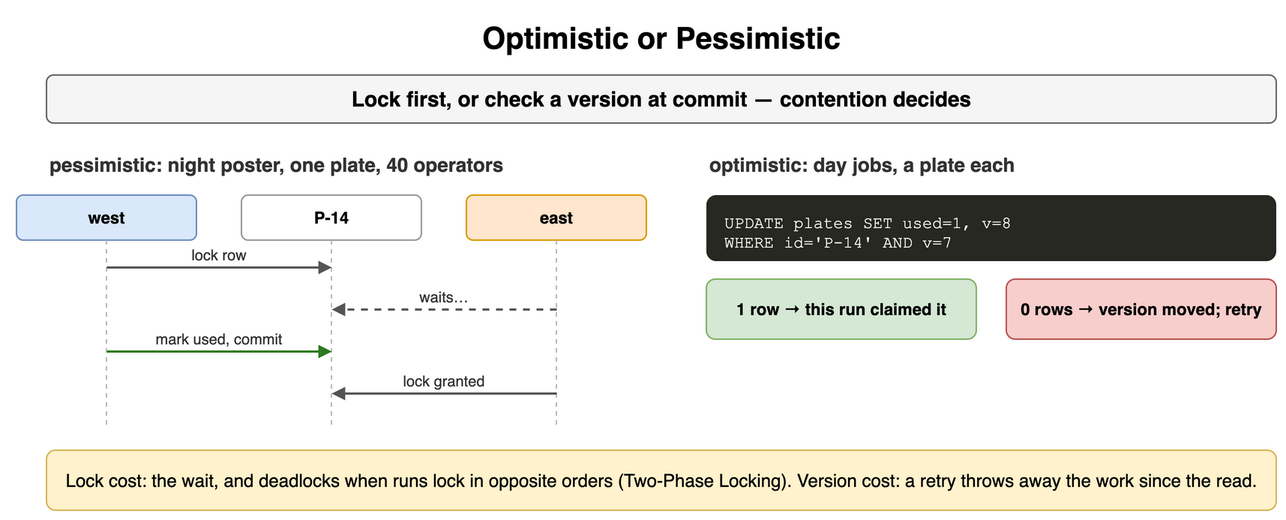
Before: content/09_System_Design_Interview/16_Transactions_and_Concurrency_Control/diagrams/transactions-3-optimistic-or-pessimistic.png, a diagram exported from draw.io (amendez13/swe-study-guide). Source tidied: cells renumbered, new cells last; positions are measured from the earlier drawing's top-left corner, leaving out a move shared by most shapes. Its diagram source:
```xml
<mxGraphModel>
  <root>
    <mxCell id="0" />
    <mxCell id="1" parent="0" />
    <mxCell id="2" value="Optimistic or Pessimistic" style="text;html=1;align=center;verticalAlign=middle;whiteSpace=wrap;fontSize=20;fontStyle=1;" parent="1" vertex="1">
      <mxGeometry x="20" width="820" height="30" as="geometry" />
    </mxCell>
    <mxCell id="3" value="Lock first, or check a version at commit — contention decides" style="rounded=1;whiteSpace=wrap;html=1;fillColor=#f5f5f5;strokeColor=#666666;fontStyle=1;fontSize=14;" parent="1" vertex="1">
      <mxGeometry x="20" y="40" width="820" height="32" as="geometry" />
    </mxCell>
    <mxCell id="4" value="pessimistic: night poster, one plate, 40 operators" style="text;html=1;whiteSpace=wrap;fontSize=11;align=left;verticalAlign=middle;fontSize=13;fontColor=#333333;fontStyle=1;" parent="1" vertex="1">
      <mxGeometry x="20" y="90" width="400" height="20" as="geometry" />
    </mxCell>
    <mxCell id="5" value="west" style="rounded=1;whiteSpace=wrap;html=1;fillColor=#dae8fc;strokeColor=#6c8ebf;fontSize=11;align=center;fontStyle=1;" parent="1" vertex="1">
      <mxGeometry y="120" width="120" height="30" as="geometry" />
    </mxCell>
    <mxCell id="6" value="P-14" style="rounded=1;whiteSpace=wrap;html=1;fillColor=#ffffff;strokeColor=#999999;fontSize=11;align=center;fontStyle=1;" parent="1" vertex="1">
      <mxGeometry x="150" y="120" width="120" height="30" as="geometry" />
    </mxCell>
    <mxCell id="7" value="east" style="rounded=1;whiteSpace=wrap;html=1;fillColor=#ffe6cc;strokeColor=#d79b00;fontSize=11;align=center;fontStyle=1;" parent="1" vertex="1">
      <mxGeometry x="300" y="120" width="120" height="30" as="geometry" />
    </mxCell>
    <mxCell id="8" style="endArrow=none;html=1;strokeColor=#bbbbbb;dashed=1;" parent="1" edge="1">
      <mxGeometry relative="1" as="geometry">
        <mxPoint x="60" y="150" as="sourcePoint" />
        <mxPoint x="60" y="274" as="targetPoint" />
      </mxGeometry>
    </mxCell>
    <mxCell id="9" style="endArrow=none;html=1;strokeColor=#bbbbbb;dashed=1;" parent="1" edge="1">
      <mxGeometry relative="1" as="geometry">
        <mxPoint x="210" y="150" as="sourcePoint" />
        <mxPoint x="210" y="274" as="targetPoint" />
      </mxGeometry>
    </mxCell>
    <mxCell id="10" style="endArrow=none;html=1;strokeColor=#bbbbbb;dashed=1;" parent="1" edge="1">
      <mxGeometry relative="1" as="geometry">
        <mxPoint x="360" y="150" as="sourcePoint" />
        <mxPoint x="360" y="274" as="targetPoint" />
      </mxGeometry>
    </mxCell>
    <mxCell id="11" style="endArrow=block;endSize=6;html=1;strokeWidth=1.5;strokeColor=#555555;fontSize=11;labelBackgroundColor=#ffffff;endSize=5;" parent="1" edge="1">
      <mxGeometry relative="1" as="geometry">
        <mxPoint x="60" y="168" as="sourcePoint" />
        <mxPoint x="210" y="168" as="targetPoint" />
      </mxGeometry>
    </mxCell>
    <mxCell id="12" value="lock row" style="text;html=1;whiteSpace=wrap;fontSize=11;align=center;verticalAlign=middle;fontSize=10;fontColor=#333333;" parent="1" vertex="1">
      <mxGeometry x="64" y="152" width="142" height="15" as="geometry" />
    </mxCell>
    <mxCell id="13" style="endArrow=block;endSize=6;html=1;strokeWidth=1.5;strokeColor=#555555;fontSize=11;labelBackgroundColor=#ffffff;dashed=1;endSize=5;" parent="1" edge="1">
      <mxGeometry relative="1" as="geometry">
        <mxPoint x="360" y="196" as="sourcePoint" />
        <mxPoint x="210" y="196" as="targetPoint" />
      </mxGeometry>
    </mxCell>
    <mxCell id="14" value="waits…" style="text;html=1;whiteSpace=wrap;fontSize=11;align=center;verticalAlign=middle;fontSize=10;fontColor=#333333;" parent="1" vertex="1">
      <mxGeometry x="214" y="180" width="142" height="15" as="geometry" />
    </mxCell>
    <mxCell id="15" style="endArrow=block;endSize=6;html=1;strokeWidth=1.5;strokeColor=#2d7a1f;fontSize=11;labelBackgroundColor=#ffffff;fontColor=#2d7a1f;fontStyle=1;endSize=5;" parent="1" edge="1">
      <mxGeometry relative="1" as="geometry">
        <mxPoint x="60" y="224" as="sourcePoint" />
        <mxPoint x="210" y="224" as="targetPoint" />
      </mxGeometry>
    </mxCell>
    <mxCell id="16" value="mark used, commit" style="text;html=1;whiteSpace=wrap;fontSize=11;align=center;verticalAlign=middle;fontSize=10;fontColor=#333333;" parent="1" vertex="1">
      <mxGeometry x="64" y="208" width="142" height="15" as="geometry" />
    </mxCell>
    <mxCell id="17" style="endArrow=block;endSize=6;html=1;strokeWidth=1.5;strokeColor=#555555;fontSize=11;labelBackgroundColor=#ffffff;endSize=5;" parent="1" edge="1">
      <mxGeometry relative="1" as="geometry">
        <mxPoint x="360" y="252" as="sourcePoint" />
        <mxPoint x="210" y="252" as="targetPoint" />
      </mxGeometry>
    </mxCell>
    <mxCell id="18" value="lock granted" style="text;html=1;whiteSpace=wrap;fontSize=11;align=center;verticalAlign=middle;fontSize=10;fontColor=#333333;" parent="1" vertex="1">
      <mxGeometry x="214" y="236" width="142" height="15" as="geometry" />
    </mxCell>
    <mxCell id="19" value="optimistic: day jobs, a plate each" style="text;html=1;whiteSpace=wrap;fontSize=11;align=left;verticalAlign=middle;fontSize=13;fontColor=#333333;fontStyle=1;" parent="1" vertex="1">
      <mxGeometry x="460" y="90" width="380" height="20" as="geometry" />
    </mxCell>
    <mxCell id="20" value="UPDATE&amp;nbsp;plates&amp;nbsp;SET&amp;nbsp;used=1,&amp;nbsp;v=8&lt;br&gt;WHERE&amp;nbsp;id=&amp;#x27;P-14&amp;#x27;&amp;nbsp;AND&amp;nbsp;v=7" style="rounded=1;whiteSpace=wrap;html=1;align=left;verticalAlign=top;spacingLeft=10;spacingTop=6;fontFamily=Courier New;fontSize=11;fillColor=#272822;fontColor=#f8f8f2;strokeColor=none;" parent="1" vertex="1">
      <mxGeometry x="460" y="120" width="380" height="44" as="geometry" />
    </mxCell>
    <mxCell id="21" value="1 row → this run claimed it" style="rounded=1;whiteSpace=wrap;html=1;fillColor=#d5e8d4;strokeColor=#82b366;fontSize=11;align=center;fontStyle=1;" parent="1" vertex="1">
      <mxGeometry x="460" y="176" width="180" height="40" as="geometry" />
    </mxCell>
    <mxCell id="22" value="0 rows → version moved; retry" style="rounded=1;whiteSpace=wrap;html=1;fillColor=#f8cecc;strokeColor=#b85450;fontSize=11;align=center;fontStyle=1;" parent="1" vertex="1">
      <mxGeometry x="660" y="176" width="180" height="40" as="geometry" />
    </mxCell>
    <mxCell id="23" value="Lock cost: the wait, and deadlocks when runs lock in opposite orders (Two-Phase Locking). Version cost: a retry throws away the work since the read." style="rounded=1;whiteSpace=wrap;html=1;fillColor=#fff2cc;strokeColor=#d6b656;fontSize=12;align=center;" parent="1" vertex="1">
      <mxGeometry x="20" y="290" width="820" height="40" as="geometry" />
    </mxCell>
  </root>
</mxGraphModel>
```
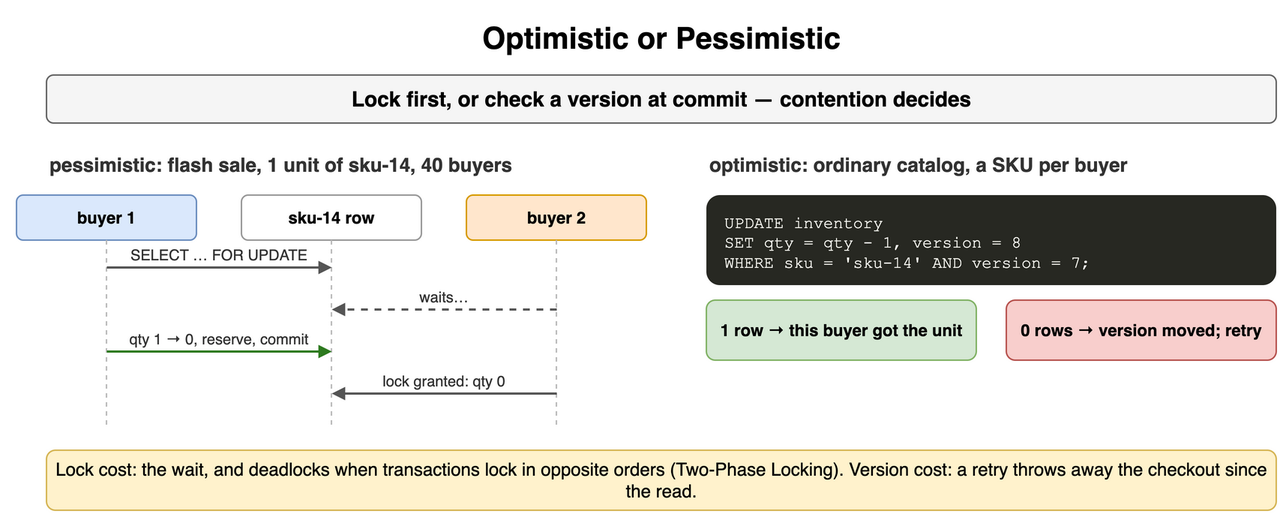
Later version of the same file.

What changed in the source:
```diff
@@ -8,16 +8,16 @@
     <mxCell id="3" value="Lock first, or check a version at commit — contention decides" style="rounded=1;whiteSpace=wrap;html=1;fillColor=#f5f5f5;strokeColor=#666666;fontStyle=1;fontSize=14;" parent="1" vertex="1">
       <mxGeometry x="20" y="40" width="820" height="32" as="geometry" />
     </mxCell>
-    <mxCell id="4" value="pessimistic: night poster, one plate, 40 operators" style="text;html=1;whiteSpace=wrap;fontSize=11;align=left;verticalAlign=middle;fontSize=13;fontColor=#333333;fontStyle=1;" parent="1" vertex="1">
-      <mxGeometry x="20" y="90" width="400" height="20" as="geometry" />
+    <mxCell id="4" value="pessimistic: flash sale, 1 unit of sku-14, 40 buyers" style="text;html=1;whiteSpace=wrap;fontSize=11;align=left;verticalAlign=middle;fontSize=13;fontColor=#333333;fontStyle=1;" parent="1" vertex="1">
+      <mxGeometry x="20" y="90" width="420" height="20" as="geometry" />
     </mxCell>
-    <mxCell id="5" value="west" style="rounded=1;whiteSpace=wrap;html=1;fillColor=#dae8fc;strokeColor=#6c8ebf;fontSize=11;align=center;fontStyle=1;" parent="1" vertex="1">
+    <mxCell id="5" value="buyer 1" style="rounded=1;whiteSpace=wrap;html=1;fillColor=#dae8fc;strokeColor=#6c8ebf;fontSize=11;align=center;fontStyle=1;" parent="1" vertex="1">
       <mxGeometry y="120" width="120" height="30" as="geometry" />
     </mxCell>
-    <mxCell id="6" value="P-14" style="rounded=1;whiteSpace=wrap;html=1;fillColor=#ffffff;strokeColor=#999999;fontSize=11;align=center;fontStyle=1;" parent="1" vertex="1">
+    <mxCell id="6" value="sku-14 row" style="rounded=1;whiteSpace=wrap;html=1;fillColor=#ffffff;strokeColor=#999999;fontSize=11;align=center;fontStyle=1;" parent="1" vertex="1">
       <mxGeometry x="150" y="120" width="120" height="30" as="geometry" />
     </mxCell>
-    <mxCell id="7" value="east" style="rounded=1;whiteSpace=wrap;html=1;fillColor=#ffe6cc;strokeColor=#d79b00;fontSize=11;align=center;fontStyle=1;" parent="1" vertex="1">
+    <mxCell id="7" value="buyer 2" style="rounded=1;whiteSpace=wrap;html=1;fillColor=#ffe6cc;strokeColor=#d79b00;fontSize=11;align=center;fontStyle=1;" parent="1" vertex="1">
       <mxGeometry x="300" y="120" width="120" height="30" as="geometry" />
     </mxCell>
     <mxCell id="8" style="endArrow=none;html=1;strokeColor=#bbbbbb;dashed=1;" parent="1" edge="1">
@@ -44,7 +44,7 @@
         <mxPoint x="210" y="168" as="targetPoint" />
       </mxGeometry>
     </mxCell>
-    <mxCell id="12" value="lock row" style="text;html=1;whiteSpace=wrap;fontSize=11;align=center;verticalAlign=middle;fontSize=10;fontColor=#333333;" parent="1" vertex="1">
+    <mxCell id="12" value="SELECT … FOR UPDATE" style="text;html=1;whiteSpace=wrap;fontSize=11;align=center;verticalAlign=middle;fontSize=10;fontColor=#333333;" parent="1" vertex="1">
       <mxGeometry x="64" y="152" width="142" height="15" as="geometry" />
     </mxCell>
     <mxCell id="13" style="endArrow=block;endSize=6;html=1;strokeWidth=1.5;strokeColor=#555555;fontSize=11;labelBackgroundColor=#ffffff;dashed=1;endSize=5;" parent="1" edge="1">
@@ -62,7 +62,7 @@
         <mxPoint x="210" y="224" as="targetPoint" />
       </mxGeometry>
     </mxCell>
-    <mxCell id="16" value="mark used, commit" style="text;html=1;whiteSpace=wrap;fontSize=11;align=center;verticalAlign=middle;fontSize=10;fontColor=#333333;" parent="1" vertex="1">
+    <mxCell id="16" value="qty 1 → 0, reserve, commit" style="text;html=1;whiteSpace=wrap;fontSize=11;align=center;verticalAlign=middle;fontSize=10;fontColor=#333333;" parent="1" vertex="1">
       <mxGeometry x="64" y="208" width="142" height="15" as="geometry" />
     </mxCell>
     <mxCell id="17" style="endArrow=block;endSize=6;html=1;strokeWidth=1.5;strokeColor=#555555;fontSize=11;labelBackgroundColor=#ffffff;endSize=5;" parent="1" edge="1">
@@ -71,22 +71,22 @@
         <mxPoint x="210" y="252" as="targetPoint" />
       </mxGeometry>
     </mxCell>
-    <mxCell id="18" value="lock granted" style="text;html=1;whiteSpace=wrap;fontSize=11;align=center;verticalAlign=middle;fontSize=10;fontColor=#333333;" parent="1" vertex="1">
+    <mxCell id="18" value="lock granted: qty 0" style="text;html=1;whiteSpace=wrap;fontSize=11;align=center;verticalAlign=middle;fontSize=10;fontColor=#333333;" parent="1" vertex="1">
       <mxGeometry x="214" y="236" width="142" height="15" as="geometry" />
     </mxCell>
-    <mxCell id="19" value="optimistic: day jobs, a plate each" style="text;html=1;whiteSpace=wrap;fontSize=11;align=left;verticalAlign=middle;fontSize=13;fontColor=#333333;fontStyle=1;" parent="1" vertex="1">
+    <mxCell id="19" value="optimistic: ordinary catalog, a SKU per buyer" style="text;html=1;whiteSpace=wrap;fontSize=11;align=left;verticalAlign=middle;fontSize=13;fontColor=#333333;fontStyle=1;" parent="1" vertex="1">
       <mxGeometry x="460" y="90" width="380" height="20" as="geometry" />
     </mxCell>
-    <mxCell id="20" value="UPDATE&amp;nbsp;plates&amp;nbsp;SET&amp;nbsp;used=1,&amp;nbsp;v=8&lt;br&gt;WHERE&amp;nbsp;id=&amp;#x27;P-14&amp;#x27;&amp;nbsp;AND&amp;nbsp;v=7" style="rounded=1;whiteSpace=wrap;html=1;align=left;verticalAlign=top;spacingLeft=10;spacingTop=6;fontFamily=Courier New;fontSize=11;fillColor=#272822;fontColor=#f8f8f2;strokeColor=none;" parent="1" vertex="1">
-      <mxGeometry x="460" y="120" width="380" height="44" as="geometry" />
+    <mxCell id="20" value="UPDATE&amp;nbsp;inventory&lt;br&gt;SET&amp;nbsp;qty&amp;nbsp;=&amp;nbsp;qty&amp;nbsp;-&amp;nbsp;1,&amp;nbsp;version&amp;nbsp;=&amp;nbsp;8&lt;br&gt;WHERE&amp;nbsp;sku&amp;nbsp;=&amp;nbsp;&amp;#x27;sku-14&amp;#x27;&amp;nbsp;AND&amp;nbsp;version&amp;nbsp;=&amp;nbsp;7;" style="rounded=1;whiteSpace=wrap;html=1;align=left;verticalAlign=top;spacingLeft=10;spacingTop=6;fontFamily=Courier New;fontSize=11;fillColor=#272822;fontColor=#f8f8f2;strokeColor=none;" parent="1" vertex="1">
+      <mxGeometry x="460" y="120" width="380" height="60" as="geometry" />
     </mxCell>
-    <mxCell id="21" value="1 row → this run claimed it" style="rounded=1;whiteSpace=wrap;html=1;fillColor=#d5e8d4;strokeColor=#82b366;fontSize=11;align=center;fontStyle=1;" parent="1" vertex="1">
-      <mxGeometry x="460" y="176" width="180" height="40" as="geometry" />
+    <mxCell id="21" value="1 row → this buyer got the unit" style="rounded=1;whiteSpace=wrap;html=1;fillColor=#d5e8d4;strokeColor=#82b366;fontSize=11;align=center;fontStyle=1;" parent="1" vertex="1">
+      <mxGeometry x="460" y="190" width="180" height="40" as="geometry" />
     </mxCell>
     <mxCell id="22" value="0 rows → version moved; retry" style="rounded=1;whiteSpace=wrap;html=1;fillColor=#f8cecc;strokeColor=#b85450;fontSize=11;align=center;fontStyle=1;" parent="1" vertex="1">
-      <mxGeometry x="660" y="176" width="180" height="40" as="geometry" />
+      <mxGeometry x="660" y="190" width="180" height="40" as="geometry" />
     </mxCell>
-    <mxCell id="23" value="Lock cost: the wait, and deadlocks when runs lock in opposite orders (Two-Phase Locking). Version cost: a retry throws away the work since the read." style="rounded=1;whiteSpace=wrap;html=1;fillColor=#fff2cc;strokeColor=#d6b656;fontSize=12;align=center;" parent="1" vertex="1">
+    <mxCell id="23" value="Lock cost: the wait, and deadlocks when transactions lock in opposite orders (Two-Phase Locking). Version cost: a retry throws away the checkout since the read." style="rounded=1;whiteSpace=wrap;html=1;fillColor=#fff2cc;strokeColor=#d6b656;fontSize=12;align=center;" parent="1" vertex="1">
       <mxGeometry x="20" y="290" width="820" height="40" as="geometry" />
     </mxCell>
   </root>
```
